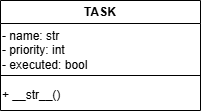
The draw.io diagram TaskScheduler/TaskSchedulerUML.drawio.png in ashu7mishra/Django, before a commit. Source tidied: cells renumbered, new cells last; positions are measured from the earlier drawing's top-left corner, leaving out a move shared by most shapes.
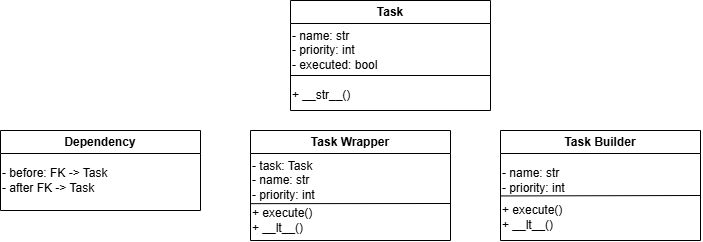
Above is the later version.

What changed in the source:
```diff
@@ -2,7 +2,7 @@
   <root>
     <mxCell id="0" />
     <mxCell id="1" parent="0" />
-    <mxCell id="2" value="TASK" style="swimlane;whiteSpace=wrap;html=1;" parent="1" vertex="1">
+    <mxCell id="2" value="Task" style="swimlane;whiteSpace=wrap;html=1;" parent="1" vertex="1">
       <mxGeometry width="200" height="110" as="geometry" />
     </mxCell>
     <mxCell id="3" value="- name: str&lt;div&gt;- priority: int&lt;/div&gt;&lt;div&gt;- executed: bool&lt;/div&gt;" style="text;html=1;align=left;verticalAlign=middle;strokeColor=none;fillColor=none;" parent="2" vertex="1">
@@ -17,5 +17,45 @@
     <mxCell id="5" value="+ __str__()" style="text;html=1;align=left;verticalAlign=middle;strokeColor=none;fillColor=none;" parent="2" vertex="1">
       <mxGeometry y="80" width="80" height="30" as="geometry" />
     </mxCell>
+    <mxCell id="6" value="Dependency" style="swimlane;whiteSpace=wrap;html=1;" parent="1" vertex="1">
+      <mxGeometry x="-290" y="130" width="200" height="80" as="geometry" />
+    </mxCell>
+    <mxCell id="7" value="- before: FK -&amp;gt; Task&lt;div&gt;- after FK -&amp;gt; Task&lt;/div&gt;" style="text;html=1;align=left;verticalAlign=middle;strokeColor=none;fillColor=none;" parent="6" vertex="1">
+      <mxGeometry y="30" width="130" height="40" as="geometry" />
+    </mxCell>
+    <mxCell id="8" style="group;" parent="1" vertex="1">
+      <mxGeometry x="-40" y="130" width="200" height="110" as="geometry" />
+    </mxCell>
+    <mxCell id="9" value="Task Wrapper" style="swimlane;whiteSpace=wrap;html=1;startSize=23;" parent="8" vertex="1">
+      <mxGeometry width="200" height="110" as="geometry" />
+    </mxCell>
+    <mxCell id="10" value="- task: Task&lt;div&gt;- name: str&lt;/div&gt;&lt;div&gt;- priority: int&lt;/div&gt;" style="text;html=1;align=left;verticalAlign=middle;points=[];strokeColor=none;fillColor=none;" parent="9" vertex="1">
+      <mxGeometry y="20" width="90" height="60" as="geometry" />
+    </mxCell>
+    <mxCell id="11" value="+ execute()&lt;div&gt;+ __lt__()&lt;/div&gt;" style="text;html=1;align=left;verticalAlign=middle;strokeColor=none;fillColor=none;" parent="9" vertex="1">
+      <mxGeometry y="70" width="80" height="40" as="geometry" />
+    </mxCell>
+    <mxCell id="12" style="endArrow=none;html=1;rounded=0;exitX=0.007;exitY=0.886;exitDx=0;exitDy=0;exitPerimeter=0;" parent="8" edge="1" source="10">
+      <mxGeometry relative="1" as="geometry">
+        <mxPoint x="200" y="73" as="targetPoint" />
+      </mxGeometry>
+    </mxCell>
+    <mxCell id="13" style="group;" parent="1" vertex="1">
+      <mxGeometry x="210" y="130" width="200" height="110" as="geometry" />
+    </mxCell>
+    <mxCell id="14" value="Task Builder" style="swimlane;whiteSpace=wrap;html=1;startSize=23;" parent="13" vertex="1">
+      <mxGeometry width="200" height="110" as="geometry" />
+    </mxCell>
+    <mxCell id="15" value="- name: str&lt;div&gt;- priority: int&lt;/div&gt;" style="text;html=1;align=left;verticalAlign=middle;points=[];strokeColor=none;fillColor=none;" parent="14" vertex="1">
+      <mxGeometry y="30" width="90" height="40" as="geometry" />
+    </mxCell>
+    <mxCell id="16" value="+ execute()&lt;div&gt;+ __lt__()&lt;/div&gt;" style="text;html=1;align=left;verticalAlign=middle;strokeColor=none;fillColor=none;" parent="14" vertex="1">
+      <mxGeometry y="67" width="80" height="40" as="geometry" />
+    </mxCell>
+    <mxCell id="17" style="endArrow=none;html=1;rounded=0;exitX=0.007;exitY=0.886;exitDx=0;exitDy=0;exitPerimeter=0;" parent="13" edge="1" source="15">
+      <mxGeometry relative="1" as="geometry">
+        <mxPoint x="200" y="65" as="targetPoint" />
+      </mxGeometry>
+    </mxCell>
   </root>
 </mxGraphModel>
```
